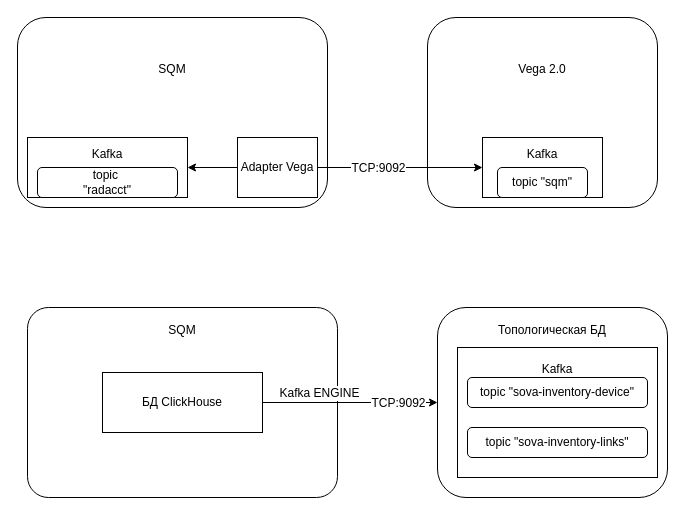
qqmax7/test keeps this draw.io diagram as vega.drawio. Above is the earlier version. Source tidied: cells renumbered, new cells numbered last; positions are measured from the earlier drawing's top-left corner, leaving out a move shared by most shapes. Both pictures are drawn from the tidied source at 100%, with x=0, y=0 at pixel (17, 17).
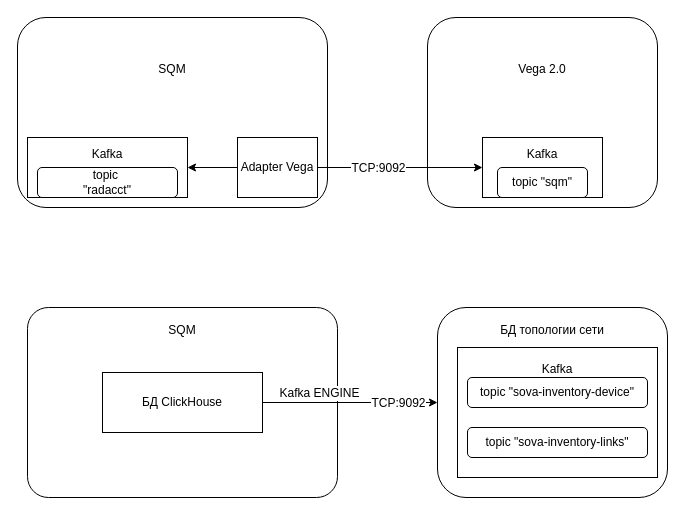
The same page after the edit.

What changed in the source:
```diff
@@
-    <mxCell id="12" value="&lt;div&gt;Топологическая БД&lt;/div&gt;&lt;div&gt;&lt;br&gt;&lt;/div&gt;&lt;div&gt;&lt;br&gt;&lt;/div&gt;&lt;div&gt;&lt;br&gt;&lt;/div&gt;&lt;div&gt;&lt;br&gt;&lt;/div&gt;&lt;div&gt;&lt;br&gt;&lt;/div&gt;&lt;div&gt;&lt;br&gt;&lt;/div&gt;&lt;div&gt;&lt;br&gt;&lt;/div&gt;&lt;div&gt;&lt;br&gt;&lt;/div&gt;&lt;div&gt;&lt;br&gt;&lt;/div&gt;&lt;div&gt;&lt;br&gt;&lt;/div&gt;" style="rounded=1;whiteSpace=wrap;html=1;align=top;" parent="1" vertex="1">
+    <mxCell id="12" value="&lt;div&gt;БД топологии сети&lt;/div&gt;&lt;div&gt;&lt;br&gt;&lt;/div&gt;&lt;div&gt;&lt;br&gt;&lt;/div&gt;&lt;div&gt;&lt;br&gt;&lt;/div&gt;&lt;div&gt;&lt;br&gt;&lt;/div&gt;&lt;div&gt;&lt;br&gt;&lt;/div&gt;&lt;div&gt;&lt;br&gt;&lt;/div&gt;&lt;div&gt;&lt;br&gt;&lt;/div&gt;&lt;div&gt;&lt;br&gt;&lt;/div&gt;&lt;div&gt;&lt;br&gt;&lt;/div&gt;&lt;div&gt;&lt;br&gt;&lt;/div&gt;" style="rounded=1;whiteSpace=wrap;html=1;align=top;" parent="1" vertex="1">
       <mxGeometry x="420" y="290" width="230" height="190" as="geometry" />
     </mxCell>
```
